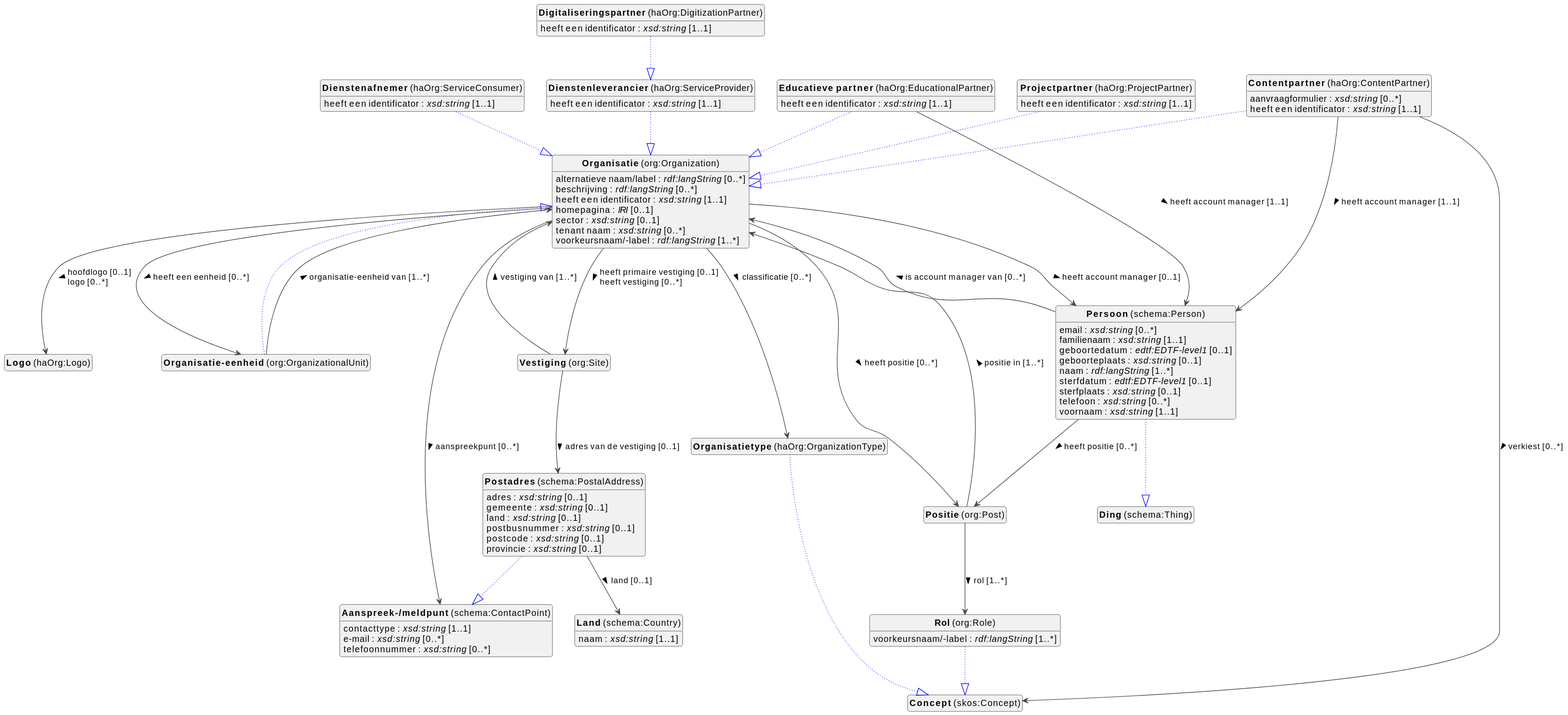
Earlier version of the PlantUML export docs/metadata/knowledge-graph/1.0.0/organizations/nl/organizations-diagram.svg (viaacode/documentation). Its diagram source:
```plantuml
@startuml
!theme vibrant
skinparam classFontSize 14
!define LIGHTORANGE
skinparam componentStyle uml2
skinparam wrapMessageWidth 1000
skinparam wrapWidth 1000
skinparam shadowing false
skinparam ArrowMessageAlignment left
top to bottom direction


class "<b>Aanspreek-/meldpunt</b> (schema:ContactPoint)" as schema_ContactPoint [[#schema%3AContactPoint]]
class "<b>Concept</b> (skos:Concept)" as skos_Concept [[../../terms/nl#skos%3AConcept]]
class "<b>Contentpartner</b> (haOrg:ContentPartner)" as haOrg_ContentPartner [[#haOrg%3AContentPartner]]
class "<b>Organisatie</b> (org:Organization)" as org_Organization [[#org%3AOrganization]]
class "<b>Dienstenafnemer</b> (haOrg:ServiceConsumer)" as haOrg_ServiceConsumer [[#haOrg%3AServiceConsumer]]
class "<b>Organisatie</b> (org:Organization)" as org_Organization [[#org%3AOrganization]]
class "<b>Dienstenleverancier</b> (haOrg:ServiceProvider)" as haOrg_ServiceProvider [[#haOrg%3AServiceProvider]]
class "<b>Organisatie</b> (org:Organization)" as org_Organization [[#org%3AOrganization]]
class "<b>Digitaliseringspartner</b> (haOrg:DigitizationPartner)" as haOrg_DigitizationPartner [[#haOrg%3ADigitizationPartner]]
class "<b>Dienstenleverancier</b> (haOrg:ServiceProvider)" as haOrg_ServiceProvider [[#haOrg%3AServiceProvider]]
class "<b>Educatieve partner</b> (haOrg:EducationalPartner)" as haOrg_EducationalPartner [[#haOrg%3AEducationalPartner]]
class "<b>Organisatie</b> (org:Organization)" as org_Organization [[#org%3AOrganization]]
class "<b>Land</b> (schema:Country)" as schema_Country [[#schema%3ACountry]]
class "<b>Logo</b> (haOrg:Logo)" as haOrg_Logo [[#haOrg%3ALogo]]
class "<b>Organisatie</b> (org:Organization)" as org_Organization [[#org%3AOrganization]]
class "<b>Organisatie-eenheid</b> (org:OrganizationalUnit)" as org_OrganizationalUnit [[#org%3AOrganizationalUnit]]
class "<b>Organisatie</b> (org:Organization)" as org_Organization [[#org%3AOrganization]]
class "<b>Organisatietype</b> (haOrg:OrganizationType)" as haOrg_OrganizationType [[#haOrg%3AOrganizationType]]
class "<b>Concept</b> (skos:Concept)" as skos_Concept [[#skos%3AConcept]]
class "<b>Persoon</b> (schema:Person)" as schema_Person [[#schema%3APerson]]
class "<b>Ding</b> (schema:Thing)" as schema_Thing [[#schema%3AThing]]
class "<b>Positie</b> (org:Post)" as org_Post [[#org%3APost]]
class "<b>Postadres</b> (schema:PostalAddress)" as schema_PostalAddress [[#schema%3APostalAddress]]
class "<b>Aanspreek-/meldpunt</b> (schema:ContactPoint)" as schema_ContactPoint [[#schema%3AContactPoint]]
class "<b>Projectpartner</b> (haOrg:ProjectPartner)" as haOrg_ProjectPartner [[#haOrg%3AProjectPartner]]
class "<b>Organisatie</b> (org:Organization)" as org_Organization [[#org%3AOrganization]]
class "<b>Rol</b> (org:Role)" as org_Role [[#org%3ARole]]
class "<b>Concept</b> (skos:Concept)" as skos_Concept [[#skos%3AConcept]]
class "<b>Vestiging</b> (org:Site)" as org_Site [[#org%3ASite]]


schema_ContactPoint : contacttype : <i>xsd:string</i> [1..1]
schema_ContactPoint : e-mail : <i>xsd:string</i> [0..*]
schema_ContactPoint : telefoonnummer : <i>xsd:string</i> [0..*]




haOrg_ContentPartner --|> org_Organization #blue;line.dotted;text:blue

haOrg_ContentPartner : aanvraagformulier : <i>xsd:string</i> [0..*]
haOrg_ContentPartner : heeft een identificator : <i>xsd:string</i> [1..1]
haOrg_ContentPartner --> schema_Person :heeft account manager [1..1]  >
haOrg_ContentPartner --> skos_Concept :verkiest [0..*]  >


haOrg_ServiceConsumer --|> org_Organization #blue;line.dotted;text:blue

haOrg_ServiceConsumer : heeft een identificator : <i>xsd:string</i> [1..1]


haOrg_ServiceProvider --|> org_Organization #blue;line.dotted;text:blue

haOrg_ServiceProvider : heeft een identificator : <i>xsd:string</i> [1..1]


haOrg_DigitizationPartner --|> haOrg_ServiceProvider #blue;line.dotted;text:blue

haOrg_DigitizationPartner : heeft een identificator : <i>xsd:string</i> [1..1]


haOrg_EducationalPartner --|> org_Organization #blue;line.dotted;text:blue

haOrg_EducationalPartner : heeft een identificator : <i>xsd:string</i> [1..1]
haOrg_EducationalPartner --> schema_Person :heeft account manager [1..1]  >



schema_Country : naam : <i>xsd:string</i> [1..1]





org_Organization : alternatieve naam/label : <i>rdf:langString</i> [0..*]
org_Organization : beschrijving : <i>rdf:langString</i> [0..*]
org_Organization : heeft een identificator : <i>xsd:string</i> [1..1]
org_Organization : homepagina : <i>IRI</i> [0..1]
org_Organization : sector : <i>xsd:string</i> [0..1]
org_Organization : tenant naam : <i>xsd:string</i> [0..*]
org_Organization : voorkeursnaam/-label : <i>rdf:langString</i> [1..*]

org_Organization --> haOrg_Logo :hoofdlogo [0..1]  \llogo [0..*]  >
org_Organization --> haOrg_OrganizationType :classificatie [0..*]  >
org_Organization --> org_OrganizationalUnit :heeft een eenheid [0..*]  >
org_Organization --> org_Post :heeft positie [0..*]  >
org_Organization --> org_Site :heeft primaire vestiging [0..1]  \lheeft vestiging [0..*]  >

org_Organization --> schema_ContactPoint :aanspreekpunt [0..*]  >
org_Organization --> schema_Person :heeft account manager [0..1]  >


org_OrganizationalUnit --|> org_Organization #blue;line.dotted;text:blue

org_OrganizationalUnit --> org_Organization :organisatie-eenheid van [1..*]  >

haOrg_OrganizationType --|> skos_Concept #blue;line.dotted;text:blue


schema_Person --|> schema_Thing #blue;line.dotted;text:blue

schema_Person : email : <i>xsd:string</i> [0..*]
schema_Person : familienaam : <i>xsd:string</i> [1..1]
schema_Person : geboortedatum : <i>edtf:EDTF-level1</i> [0..1]
schema_Person : geboorteplaats : <i>xsd:string</i> [0..1]
schema_Person : naam : <i>rdf:langString</i> [1..*]
schema_Person : sterfdatum : <i>edtf:EDTF-level1</i> [0..1]
schema_Person : sterfplaats : <i>xsd:string</i> [0..1]
schema_Person : telefoon : <i>xsd:string</i> [0..*]
schema_Person : voornaam : <i>xsd:string</i> [1..1]

schema_Person --> org_Organization :is account manager van [0..*]  >
schema_Person --> org_Post :heeft positie [0..*]  >




org_Post --> org_Organization :positie in [1..*]  >
org_Post --> org_Role :rol [1..*]  >

schema_PostalAddress --|> schema_ContactPoint #blue;line.dotted;text:blue

schema_PostalAddress : adres : <i>xsd:string</i> [0..1]
schema_PostalAddress : gemeente : <i>xsd:string</i> [0..1]
schema_PostalAddress : land : <i>xsd:string</i> [0..1]
schema_PostalAddress : postbusnummer : <i>xsd:string</i> [0..1]
schema_PostalAddress : postcode : <i>xsd:string</i> [0..1]
schema_PostalAddress : provincie : <i>xsd:string</i> [0..1]
schema_PostalAddress --> schema_Country :land [0..1]  >


haOrg_ProjectPartner --|> org_Organization #blue;line.dotted;text:blue

haOrg_ProjectPartner : heeft een identificator : <i>xsd:string</i> [1..1]


org_Role --|> skos_Concept #blue;line.dotted;text:blue

org_Role : voorkeursnaam/-label : <i>rdf:langString</i> [1..*]



org_Site --> org_Organization :vestiging van [1..*]  >
org_Site --> schema_PostalAddress :adres van de vestiging [0..1]  >


hide circle
hide methods
hide empty members
@enduml
```
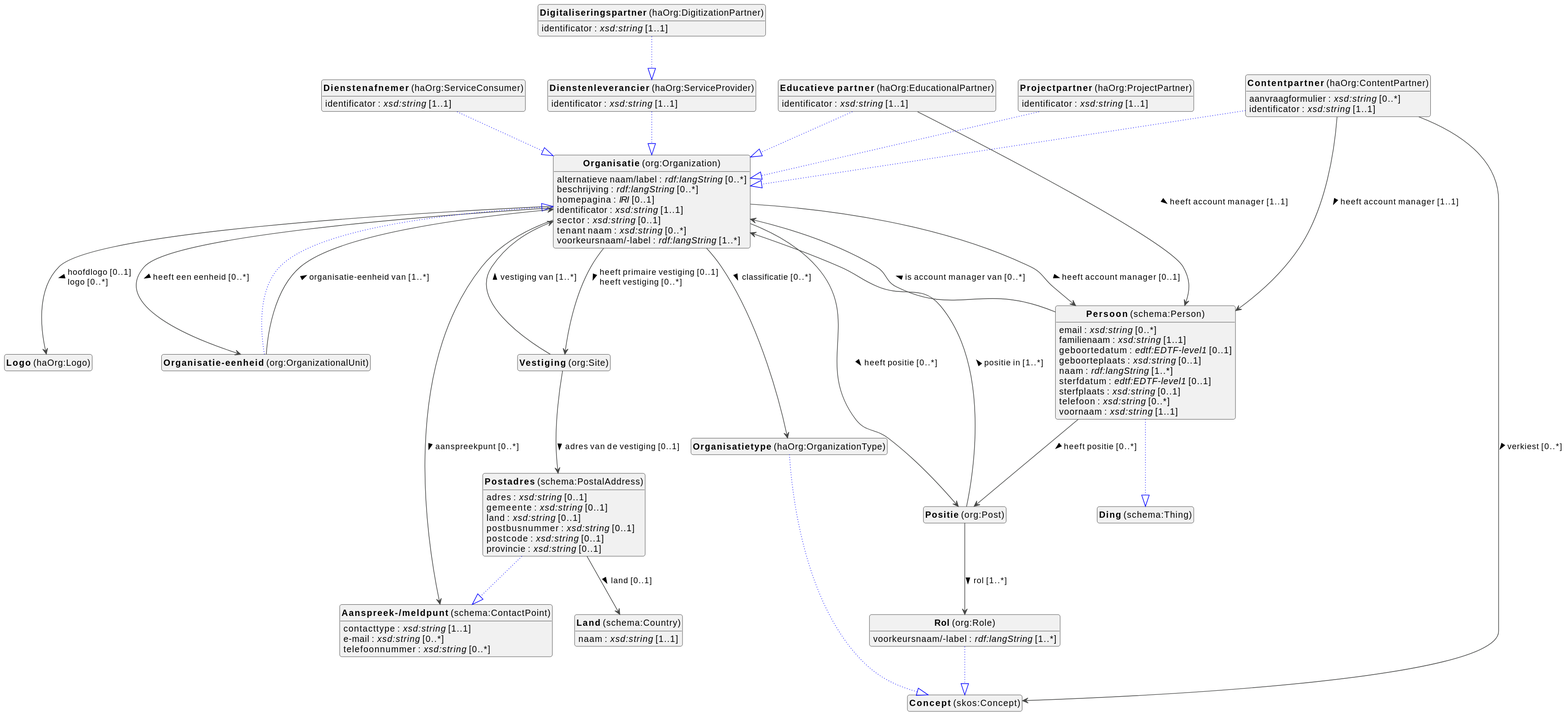
After the commit.

The edit, as a diff of the source:
```diff
@@ -51,29 +51,29 @@
 haOrg_ContentPartner --|> org_Organization #blue;line.dotted;text:blue
 
 haOrg_ContentPartner : aanvraagformulier : <i>xsd:string</i> [0..*]
-haOrg_ContentPartner : heeft een identificator : <i>xsd:string</i> [1..1]
+haOrg_ContentPartner : identificator : <i>xsd:string</i> [1..1]
 haOrg_ContentPartner --> schema_Person :heeft account manager [1..1]  >
 haOrg_ContentPartner --> skos_Concept :verkiest [0..*]  >
 
 
 haOrg_ServiceConsumer --|> org_Organization #blue;line.dotted;text:blue
 
-haOrg_ServiceConsumer : heeft een identificator : <i>xsd:string</i> [1..1]
+haOrg_ServiceConsumer : identificator : <i>xsd:string</i> [1..1]
 
 
 haOrg_ServiceProvider --|> org_Organization #blue;line.dotted;text:blue
 
-haOrg_ServiceProvider : heeft een identificator : <i>xsd:string</i> [1..1]
+haOrg_ServiceProvider : identificator : <i>xsd:string</i> [1..1]
 
 
 haOrg_DigitizationPartner --|> haOrg_ServiceProvider #blue;line.dotted;text:blue
 
-haOrg_DigitizationPartner : heeft een identificator : <i>xsd:string</i> [1..1]
+haOrg_DigitizationPartner : identificator : <i>xsd:string</i> [1..1]
 
 
 haOrg_EducationalPartner --|> org_Organization #blue;line.dotted;text:blue
 
-haOrg_EducationalPartner : heeft een identificator : <i>xsd:string</i> [1..1]
+haOrg_EducationalPartner : identificator : <i>xsd:string</i> [1..1]
 haOrg_EducationalPartner --> schema_Person :heeft account manager [1..1]  >
 
 
@@ -86,8 +86,8 @@
 
 org_Organization : alternatieve naam/label : <i>rdf:langString</i> [0..*]
 org_Organization : beschrijving : <i>rdf:langString</i> [0..*]
-org_Organization : heeft een identificator : <i>xsd:string</i> [1..1]
 org_Organization : homepagina : <i>IRI</i> [0..1]
+org_Organization : identificator : <i>xsd:string</i> [1..1]
 org_Organization : sector : <i>xsd:string</i> [0..1]
 org_Organization : tenant naam : <i>xsd:string</i> [0..*]
 org_Organization : voorkeursnaam/-label : <i>rdf:langString</i> [1..*]
@@ -143,7 +143,7 @@
 
 haOrg_ProjectPartner --|> org_Organization #blue;line.dotted;text:blue
 
-haOrg_ProjectPartner : heeft een identificator : <i>xsd:string</i> [1..1]
+haOrg_ProjectPartner : identificator : <i>xsd:string</i> [1..1]
 
 
 org_Role --|> skos_Concept #blue;line.dotted;text:blue
```
